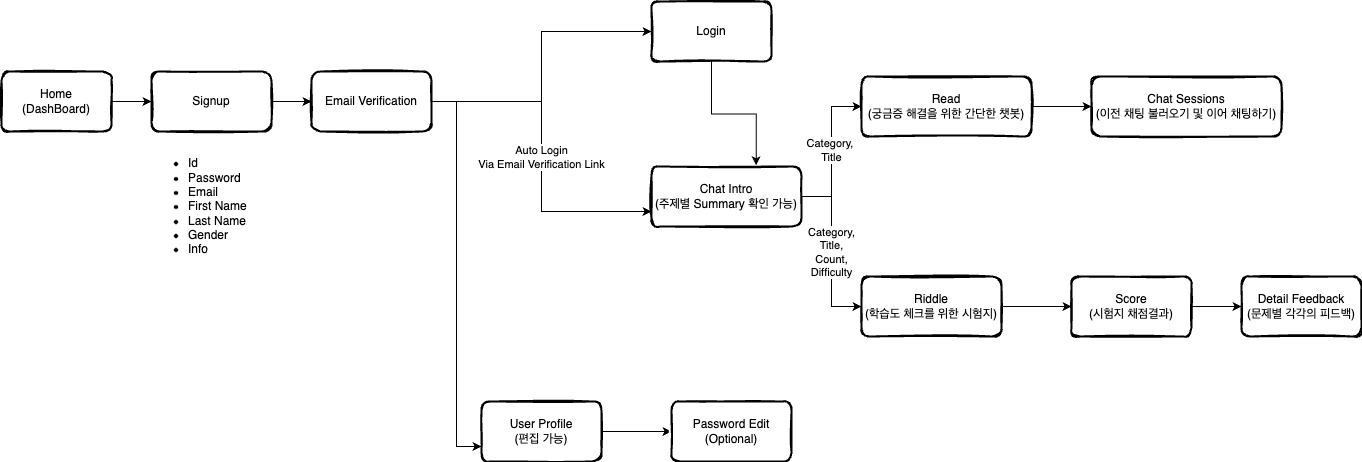
Above: img/deploymentDiagram.png in devSpartaFinal/container (draw.io), before the change. Source tidied: cells renumbered, new cells last; positions are measured from the earlier drawing's top-left corner, leaving out a move shared by most shapes.
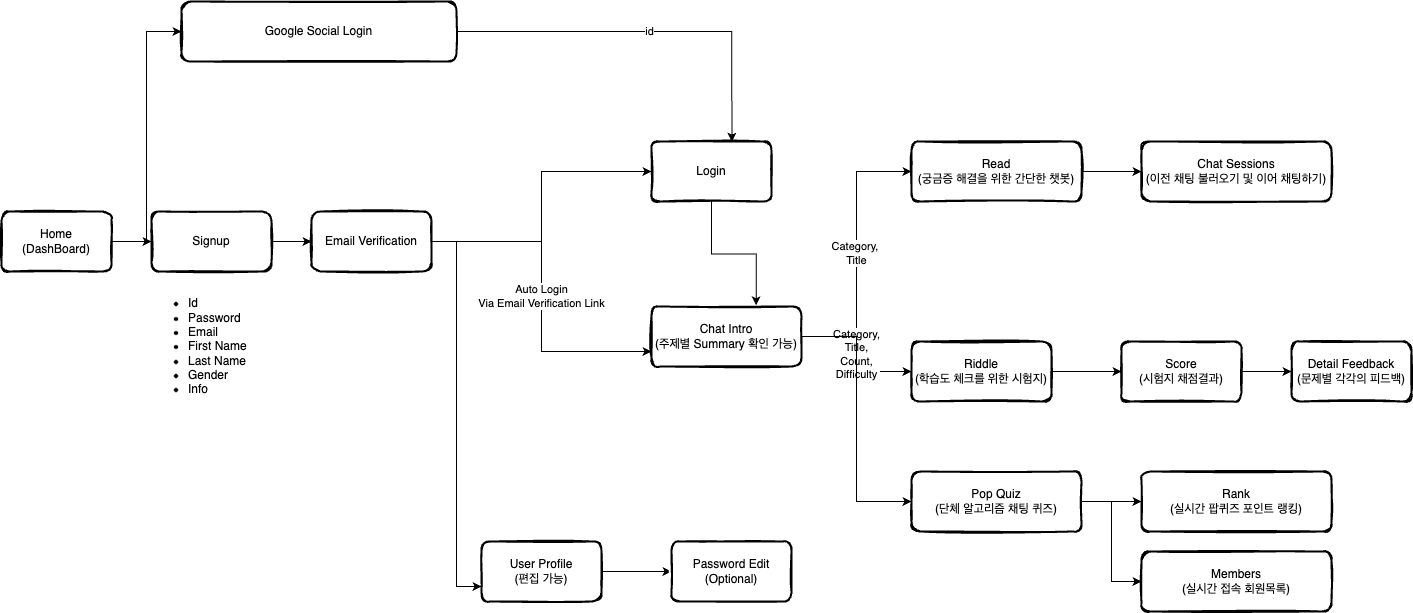
Above is the later version.

Diff of the diagram source:
```diff
@@ -2,80 +2,107 @@
   <root>
     <mxCell id="0" />
     <mxCell id="1" parent="0" />
-    <mxCell id="2" style="edgeStyle=orthogonalEdgeStyle;rounded=0;jettySize=auto;html=1;" parent="1" edge="1" source="3" target="19">
+    <mxCell id="2" style="edgeStyle=orthogonalEdgeStyle;rounded=0;jettySize=auto;html=1;" parent="1" edge="1" source="4" target="21">
       <mxGeometry relative="1" as="geometry" />
     </mxCell>
-    <mxCell id="3" value="Home&lt;br&gt;(DashBoard)" style="rounded=1;whiteSpace=wrap;html=1;strokeWidth=2;fillWeight=4;hachureGap=8;hachureAngle=45;fillColor=#FFFFFF;sketch=1;" parent="1" vertex="1">
-      <mxGeometry y="70" width="110" height="60" as="geometry" />
+    <mxCell id="3" style="edgeStyle=orthogonalEdgeStyle;rounded=0;jettySize=auto;html=1;entryX=0;entryY=0.5;entryDx=0;entryDy=0;" parent="1" edge="1" source="4" target="34">
+      <mxGeometry relative="1" as="geometry" />
     </mxCell>
-    <mxCell id="4" style="edgeStyle=orthogonalEdgeStyle;rounded=0;jettySize=auto;html=1;" parent="1" edge="1" source="5" target="17">
-      <mxGeometry relative="1" as="geometry" />
+    <mxCell id="4" value="Home&lt;br&gt;(DashBoard)" style="rounded=1;whiteSpace=wrap;html=1;strokeWidth=2;fillWeight=4;hachureGap=8;hachureAngle=45;fillColor=#FFFFFF;sketch=1;" parent="1" vertex="1">
+      <mxGeometry y="70" width="110" height="60" as="geometry" />
     </mxCell>
-    <mxCell id="5" value="Read&lt;br&gt;(궁금증 해결을 위한 간단한 챗봇)" style="rounded=1;whiteSpace=wrap;html=1;strokeWidth=2;fillWeight=4;hachureGap=8;hachureAngle=45;fillColor=#FFFFFF;sketch=1;" parent="1" vertex="1">
-      <mxGeometry x="860" y="75" width="170" height="60" as="geometry" />
+    <mxCell id="5" style="edgeStyle=orthogonalEdgeStyle;rounded=0;jettySize=auto;html=1;" parent="1" edge="1" source="6" target="19">
+      <mxGeometry relative="1" as="geometry" />
     </mxCell>
-    <mxCell id="6" value="Login" style="rounded=1;whiteSpace=wrap;html=1;strokeWidth=2;fillWeight=4;hachureGap=8;hachureAngle=45;fillColor=#FFFFFF;sketch=1;" parent="1" vertex="1">
-      <mxGeometry x="650" width="120" height="60" as="geometry" />
+    <mxCell id="6" value="Read&lt;br&gt;(궁금증 해결을 위한 간단한 챗봇)" style="rounded=1;whiteSpace=wrap;html=1;strokeWidth=2;fillWeight=4;hachureGap=8;hachureAngle=45;fillColor=#FFFFFF;sketch=1;" parent="1" vertex="1">
+      <mxGeometry x="910" width="170" height="60" as="geometry" />
     </mxCell>
-    <mxCell id="7" style="edgeStyle=orthogonalEdgeStyle;rounded=0;jettySize=auto;html=1;entryX=0;entryY=0.5;entryDx=0;entryDy=0;" parent="1" edge="1" source="8" target="10">
-      <mxGeometry relative="1" as="geometry" />
+    <mxCell id="7" value="Login" style="rounded=1;whiteSpace=wrap;html=1;strokeWidth=2;fillWeight=4;hachureGap=8;hachureAngle=45;fillColor=#FFFFFF;sketch=1;" parent="1" vertex="1">
+      <mxGeometry x="650" width="120" height="60" as="geometry" />
     </mxCell>
-    <mxCell id="8" value="Riddle&lt;div&gt;(학습도 체크를 위한 시험지)&lt;/div&gt;" style="rounded=1;whiteSpace=wrap;html=1;strokeWidth=2;fillWeight=4;hachureGap=8;hachureAngle=45;fillColor=#FFFFFF;sketch=1;" parent="1" vertex="1">
-      <mxGeometry x="860" y="275" width="140" height="60" as="geometry" />
+    <mxCell id="8" style="edgeStyle=orthogonalEdgeStyle;rounded=0;jettySize=auto;html=1;entryX=0;entryY=0.5;entryDx=0;entryDy=0;" parent="1" edge="1" source="9" target="11">
+      <mxGeometry relative="1" as="geometry" />
     </mxCell>
-    <mxCell id="9" style="edgeStyle=orthogonalEdgeStyle;rounded=0;jettySize=auto;html=1;" parent="1" edge="1" source="10" target="11">
-      <mxGeometry relative="1" as="geometry" />
+    <mxCell id="9" value="Riddle&lt;div&gt;(학습도 체크를 위한 시험지)&lt;/div&gt;" style="rounded=1;whiteSpace=wrap;html=1;strokeWidth=2;fillWeight=4;hachureGap=8;hachureAngle=45;fillColor=#FFFFFF;sketch=1;" parent="1" vertex="1">
+      <mxGeometry x="910" y="200" width="140" height="60" as="geometry" />
     </mxCell>
-    <mxCell id="10" value="Score&lt;div&gt;(시험지 채점결과)&lt;/div&gt;" style="rounded=1;whiteSpace=wrap;html=1;strokeWidth=2;fillWeight=4;hachureGap=8;hachureAngle=45;fillColor=#FFFFFF;sketch=1;" parent="1" vertex="1">
-      <mxGeometry x="1070" y="275" width="120" height="60" as="geometry" />
+    <mxCell id="10" style="edgeStyle=orthogonalEdgeStyle;rounded=0;jettySize=auto;html=1;" parent="1" edge="1" source="11" target="12">
+      <mxGeometry relative="1" as="geometry" />
     </mxCell>
-    <mxCell id="11" value="Detail Feedback&lt;br&gt;(문제별 각각의 피드백)" style="rounded=1;whiteSpace=wrap;html=1;strokeWidth=2;fillWeight=4;hachureGap=8;hachureAngle=45;fillColor=#FFFFFF;sketch=1;" parent="1" vertex="1">
-      <mxGeometry x="1240" y="275" width="120" height="60" as="geometry" />
+    <mxCell id="11" value="Score&lt;div&gt;(시험지 채점결과)&lt;/div&gt;" style="rounded=1;whiteSpace=wrap;html=1;strokeWidth=2;fillWeight=4;hachureGap=8;hachureAngle=45;fillColor=#FFFFFF;sketch=1;" parent="1" vertex="1">
+      <mxGeometry x="1120" y="200" width="120" height="60" as="geometry" />
     </mxCell>
-    <mxCell id="12" value="Category,&amp;nbsp;&lt;br&gt;Title" style="edgeStyle=orthogonalEdgeStyle;rounded=0;jettySize=auto;html=1;entryX=0;entryY=0.5;entryDx=0;entryDy=0;" parent="1" edge="1" source="14" target="5">
-      <mxGeometry relative="1" as="geometry" />
+    <mxCell id="12" value="Detail Feedback&lt;br&gt;(문제별 각각의 피드백)" style="rounded=1;whiteSpace=wrap;html=1;strokeWidth=2;fillWeight=4;hachureGap=8;hachureAngle=45;fillColor=#FFFFFF;sketch=1;" parent="1" vertex="1">
+      <mxGeometry x="1290" y="200" width="120" height="60" as="geometry" />
     </mxCell>
-    <mxCell id="13" value="Category,&lt;br&gt;Title,&lt;div&gt;Count,&lt;br&gt;Difficulty&lt;/div&gt;" style="edgeStyle=orthogonalEdgeStyle;rounded=0;jettySize=auto;html=1;entryX=0;entryY=0.5;entryDx=0;entryDy=0;" parent="1" edge="1" source="14" target="8">
+    <mxCell id="13" value="Category,&amp;nbsp;&lt;br&gt;Title" style="edgeStyle=orthogonalEdgeStyle;rounded=0;jettySize=auto;html=1;entryX=0;entryY=0.5;entryDx=0;entryDy=0;" parent="1" edge="1" source="16" target="6">
       <mxGeometry relative="1" as="geometry" />
     </mxCell>
-    <mxCell id="14" value="Chat Intro&lt;div&gt;(주제별 Summary 확인 가능)&lt;/div&gt;" style="rounded=1;whiteSpace=wrap;html=1;strokeWidth=2;fillWeight=4;hachureGap=8;hachureAngle=45;fillColor=#FFFFFF;sketch=1;" parent="1" vertex="1">
-      <mxGeometry x="650" y="165" width="150" height="60" as="geometry" />
+    <mxCell id="14" value="Category,&lt;br&gt;Title,&lt;div&gt;Count,&lt;br&gt;Difficulty&lt;/div&gt;" style="edgeStyle=orthogonalEdgeStyle;rounded=0;jettySize=auto;html=1;entryX=0;entryY=0.5;entryDx=0;entryDy=0;" parent="1" edge="1" source="16" target="9">
+      <mxGeometry relative="1" as="geometry" />
     </mxCell>
-    <mxCell id="15" style="edgeStyle=orthogonalEdgeStyle;rounded=0;jettySize=auto;html=1;entryX=0;entryY=0.5;entryDx=0;entryDy=0;" parent="1" edge="1" source="16" target="25">
+    <mxCell id="15" style="edgeStyle=orthogonalEdgeStyle;rounded=0;jettySize=auto;html=1;entryX=0;entryY=0.5;entryDx=0;entryDy=0;" parent="1" edge="1" source="16" target="31">
       <mxGeometry relative="1" as="geometry" />
     </mxCell>
-    <mxCell id="16" value="User Profile&lt;div&gt;(편집 가능)&lt;/div&gt;" style="rounded=1;whiteSpace=wrap;html=1;strokeWidth=2;fillWeight=4;hachureGap=8;hachureAngle=45;fillColor=#FFFFFF;sketch=1;" parent="1" vertex="1">
-      <mxGeometry x="480" y="400" width="120" height="60" as="geometry" />
+    <mxCell id="16" value="Chat Intro&lt;div&gt;(주제별 Summary 확인 가능)&lt;/div&gt;" style="rounded=1;whiteSpace=wrap;html=1;strokeWidth=2;fillWeight=4;hachureGap=8;hachureAngle=45;fillColor=#FFFFFF;sketch=1;" parent="1" vertex="1">
+      <mxGeometry x="650" y="165" width="150" height="60" as="geometry" />
     </mxCell>
-    <mxCell id="17" value="Chat Sessions&lt;div&gt;(이전 채팅 불러오기 및 이어 채팅하기)&lt;/div&gt;" style="rounded=1;whiteSpace=wrap;html=1;strokeWidth=2;fillWeight=4;hachureGap=8;hachureAngle=45;fillColor=#FFFFFF;sketch=1;" parent="1" vertex="1">
-      <mxGeometry x="1090" y="75" width="190" height="60" as="geometry" />
+    <mxCell id="17" style="edgeStyle=orthogonalEdgeStyle;rounded=0;jettySize=auto;html=1;entryX=0;entryY=0.5;entryDx=0;entryDy=0;" parent="1" edge="1" source="18" target="27">
+      <mxGeometry relative="1" as="geometry" />
     </mxCell>
-    <mxCell id="18" style="edgeStyle=orthogonalEdgeStyle;rounded=0;jettySize=auto;html=1;" parent="1" edge="1" source="19" target="23">
-      <mxGeometry relative="1" as="geometry" />
+    <mxCell id="18" value="User Profile&lt;div&gt;(편집 가능)&lt;/div&gt;" style="rounded=1;whiteSpace=wrap;html=1;strokeWidth=2;fillWeight=4;hachureGap=8;hachureAngle=45;fillColor=#FFFFFF;sketch=1;" parent="1" vertex="1">
+      <mxGeometry x="480" y="400" width="120" height="60" as="geometry" />
     </mxCell>
-    <mxCell id="19" value="Signup" style="rounded=1;whiteSpace=wrap;html=1;strokeWidth=2;fillWeight=4;hachureGap=8;hachureAngle=45;fillColor=#FFFFFF;sketch=1;" parent="1" vertex="1">
-      <mxGeometry x="150" y="70" width="120" height="60" as="geometry" />
+    <mxCell id="19" value="Chat Sessions&lt;div&gt;(이전 채팅 불러오기 및 이어 채팅하기)&lt;/div&gt;" style="rounded=1;whiteSpace=wrap;html=1;strokeWidth=2;fillWeight=4;hachureGap=8;hachureAngle=45;fillColor=#FFFFFF;sketch=1;" parent="1" vertex="1">
+      <mxGeometry x="1140" width="190" height="60" as="geometry" />
     </mxCell>
-    <mxCell id="20" style="edgeStyle=orthogonalEdgeStyle;rounded=0;jettySize=auto;html=1;entryX=0;entryY=0.5;entryDx=0;entryDy=0;" parent="1" edge="1" source="23" target="6">
+    <mxCell id="20" style="edgeStyle=orthogonalEdgeStyle;rounded=0;jettySize=auto;html=1;" parent="1" edge="1" source="21" target="25">
       <mxGeometry relative="1" as="geometry" />
     </mxCell>
-    <mxCell id="21" value="Auto Login&lt;br&gt;Via Email Verification Link" style="edgeStyle=orthogonalEdgeStyle;rounded=0;jettySize=auto;html=1;entryX=0;entryY=0.75;entryDx=0;entryDy=0;" parent="1" edge="1" source="23" target="14">
-      <mxGeometry relative="1" as="geometry" />
+    <mxCell id="21" value="Signup" style="rounded=1;whiteSpace=wrap;html=1;strokeWidth=2;fillWeight=4;hachureGap=8;hachureAngle=45;fillColor=#FFFFFF;sketch=1;" parent="1" vertex="1">
+      <mxGeometry x="150" y="70" width="120" height="60" as="geometry" />
     </mxCell>
-    <mxCell id="22" style="edgeStyle=orthogonalEdgeStyle;rounded=0;jettySize=auto;html=1;entryX=0;entryY=0.75;entryDx=0;entryDy=0;" parent="1" edge="1" source="23" target="16">
+    <mxCell id="22" style="edgeStyle=orthogonalEdgeStyle;rounded=0;jettySize=auto;html=1;entryX=0;entryY=0.5;entryDx=0;entryDy=0;" parent="1" edge="1" source="25" target="7">
       <mxGeometry relative="1" as="geometry" />
     </mxCell>
-    <mxCell id="23" value="Email Verification" style="rounded=1;whiteSpace=wrap;html=1;strokeWidth=2;fillWeight=4;hachureGap=8;hachureAngle=45;fillColor=#FFFFFF;sketch=1;" parent="1" vertex="1">
-      <mxGeometry x="310" y="70" width="120" height="60" as="geometry" />
+    <mxCell id="23" value="Auto Login&lt;br&gt;Via Email Verification Link" style="edgeStyle=orthogonalEdgeStyle;rounded=0;jettySize=auto;html=1;entryX=0;entryY=0.75;entryDx=0;entryDy=0;" parent="1" edge="1" source="25" target="16">
+      <mxGeometry relative="1" as="geometry" />
     </mxCell>
-    <mxCell id="24" value="&lt;ul&gt;&lt;li&gt;Id&lt;/li&gt;&lt;li&gt;Password&lt;/li&gt;&lt;li&gt;Email&lt;/li&gt;&lt;li&gt;First Name&lt;/li&gt;&lt;li&gt;Last Name&lt;/li&gt;&lt;li&gt;Gender&lt;/li&gt;&lt;li&gt;Info&lt;/li&gt;&lt;/ul&gt;" style="text;strokeColor=none;fillColor=none;html=1;whiteSpace=wrap;verticalAlign=middle;overflow=hidden;" parent="1" vertex="1">
-      <mxGeometry x="145" y="125" width="130" height="160" as="geometry" />
+    <mxCell id="24" style="edgeStyle=orthogonalEdgeStyle;rounded=0;jettySize=auto;html=1;entryX=0;entryY=0.75;entryDx=0;entryDy=0;" parent="1" edge="1" source="25" target="18">
+      <mxGeometry relative="1" as="geometry" />
     </mxCell>
-    <mxCell id="25" value="Password Edit&lt;div&gt;(Optional)&lt;/div&gt;" style="rounded=1;whiteSpace=wrap;html=1;strokeWidth=2;fillWeight=4;hachureGap=8;hachureAngle=45;fillColor=#FFFFFF;sketch=1;" parent="1" vertex="1">
-      <mxGeometry x="670" y="400" width="120" height="60" as="geometry" />
+    <mxCell id="25" value="Email Verification" style="rounded=1;whiteSpace=wrap;html=1;strokeWidth=2;fillWeight=4;hachureGap=8;hachureAngle=45;fillColor=#FFFFFF;sketch=1;" parent="1" vertex="1">
+      <mxGeometry x="310" y="70" width="120" height="60" as="geometry" />
     </mxCell>
-    <mxCell id="26" style="edgeStyle=orthogonalEdgeStyle;rounded=0;jettySize=auto;html=1;entryX=0.698;entryY=-0.019;entryDx=0;entryDy=0;entryPerimeter=0;" parent="1" edge="1" source="6" target="14">
-      <mxGeometry relative="1" as="geometry" />
+    <mxCell id="26" value="&lt;ul&gt;&lt;li&gt;Id&lt;/li&gt;&lt;li&gt;Password&lt;/li&gt;&lt;li&gt;Email&lt;/li&gt;&lt;li&gt;First Name&lt;/li&gt;&lt;li&gt;Last Name&lt;/li&gt;&lt;li&gt;Gender&lt;/li&gt;&lt;li&gt;Info&lt;/li&gt;&lt;/ul&gt;" style="text;strokeColor=none;fillColor=none;html=1;whiteSpace=wrap;verticalAlign=middle;overflow=hidden;" parent="1" vertex="1">
+      <mxGeometry x="145" y="125" width="130" height="160" as="geometry" />
     </mxCell>
+    <mxCell id="27" value="Password Edit&lt;div&gt;(Optional)&lt;/div&gt;" style="rounded=1;whiteSpace=wrap;html=1;strokeWidth=2;fillWeight=4;hachureGap=8;hachureAngle=45;fillColor=#FFFFFF;sketch=1;" parent="1" vertex="1">
+      <mxGeometry x="670" y="400" width="120" height="60" as="geometry" />
+    </mxCell>
+    <mxCell id="28" style="edgeStyle=orthogonalEdgeStyle;rounded=0;jettySize=auto;html=1;entryX=0.698;entryY=-0.019;entryDx=0;entryDy=0;entryPerimeter=0;" parent="1" edge="1" source="7" target="16">
+      <mxGeometry relative="1" as="geometry" />
+    </mxCell>
+    <mxCell id="29" style="edgeStyle=orthogonalEdgeStyle;rounded=0;jettySize=auto;html=1;" parent="1" edge="1" source="31" target="32">
+      <mxGeometry relative="1" as="geometry" />
+    </mxCell>
+    <mxCell id="30" style="edgeStyle=orthogonalEdgeStyle;rounded=0;jettySize=auto;html=1;entryX=0;entryY=0.5;entryDx=0;entryDy=0;" parent="1" edge="1" source="31" target="33">
+      <mxGeometry relative="1" as="geometry" />
+    </mxCell>
+    <mxCell id="31" value="Pop Quiz&lt;div&gt;(단체 알고리즘 채팅 퀴즈)&lt;/div&gt;" style="rounded=1;whiteSpace=wrap;html=1;strokeWidth=2;fillWeight=4;hachureGap=8;hachureAngle=45;fillColor=#FFFFFF;sketch=1;" parent="1" vertex="1">
+      <mxGeometry x="910" y="330" width="170" height="60" as="geometry" />
+    </mxCell>
+    <mxCell id="32" value="Rank&lt;div&gt;(실시간 팝퀴즈 포인트 랭킹)&lt;/div&gt;" style="rounded=1;whiteSpace=wrap;html=1;strokeWidth=2;fillWeight=4;hachureGap=8;hachureAngle=45;fillColor=#FFFFFF;sketch=1;" parent="1" vertex="1">
+      <mxGeometry x="1140" y="330" width="190" height="60" as="geometry" />
+    </mxCell>
+    <mxCell id="33" value="Members&lt;div&gt;(실시간 접속 회원목록)&lt;/div&gt;" style="rounded=1;whiteSpace=wrap;html=1;strokeWidth=2;fillWeight=4;hachureGap=8;hachureAngle=45;fillColor=#FFFFFF;sketch=1;" parent="1" vertex="1">
+      <mxGeometry x="1140" y="410" width="190" height="60" as="geometry" />
+    </mxCell>
+    <mxCell id="34" value="Google Social Login" style="rounded=1;whiteSpace=wrap;html=1;strokeWidth=2;fillWeight=4;hachureGap=8;hachureAngle=45;fillColor=#FFFFFF;sketch=1;" parent="1" vertex="1">
+      <mxGeometry x="180" y="-140" width="275" height="60" as="geometry" />
+    </mxCell>
+    <mxCell id="35" value="id" style="edgeStyle=orthogonalEdgeStyle;rounded=0;jettySize=auto;html=1;entryX=0.67;entryY=0.003;entryDx=0;entryDy=0;entryPerimeter=0;" parent="1" edge="1" source="34" target="7">
+      <mxGeometry relative="1" as="geometry" />
+    </mxCell>
   </root>
 </mxGraphModel>
```
